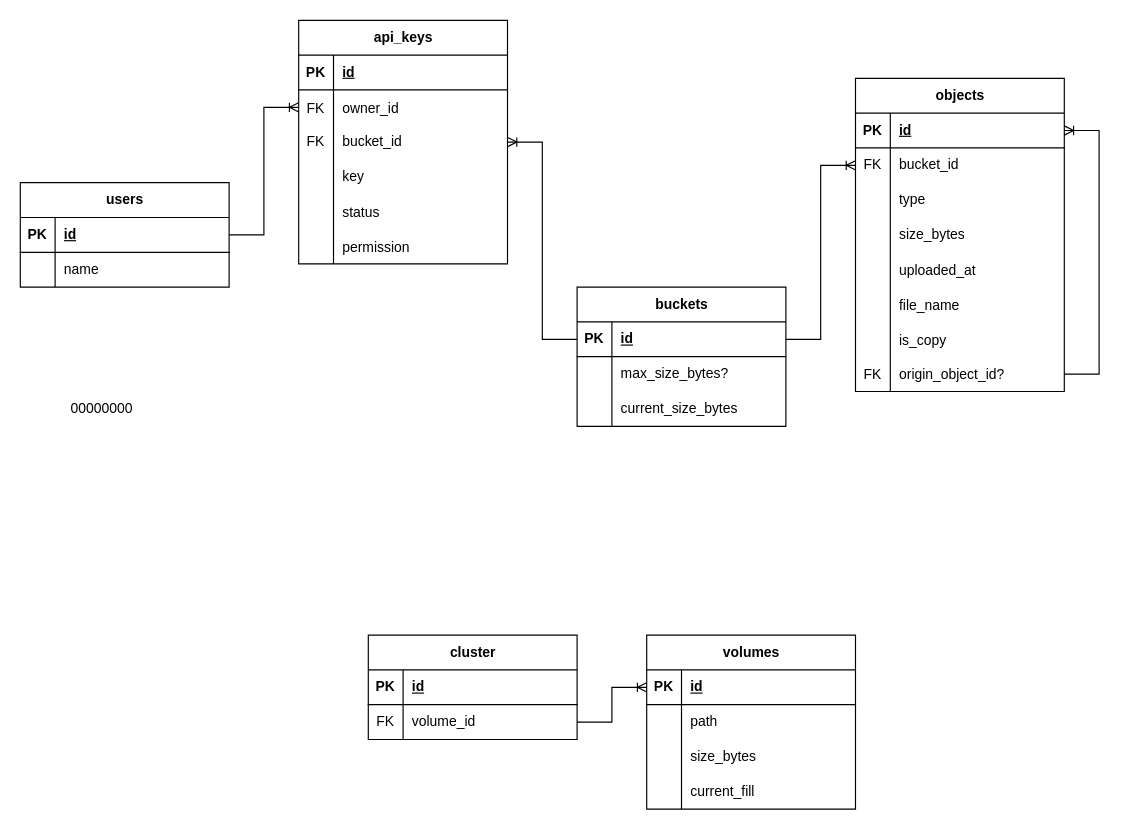
This is docs/бд.drawio from letnull19A/S3, a draw.io file, before an edit. Source tidied: cells renumbered, new cells numbered last; positions are measured from the earlier drawing's top-left corner, leaving out a move shared by most shapes. Both pictures are drawn from the tidied source at 116%, with x=0, y=0 at pixel (20, 20).
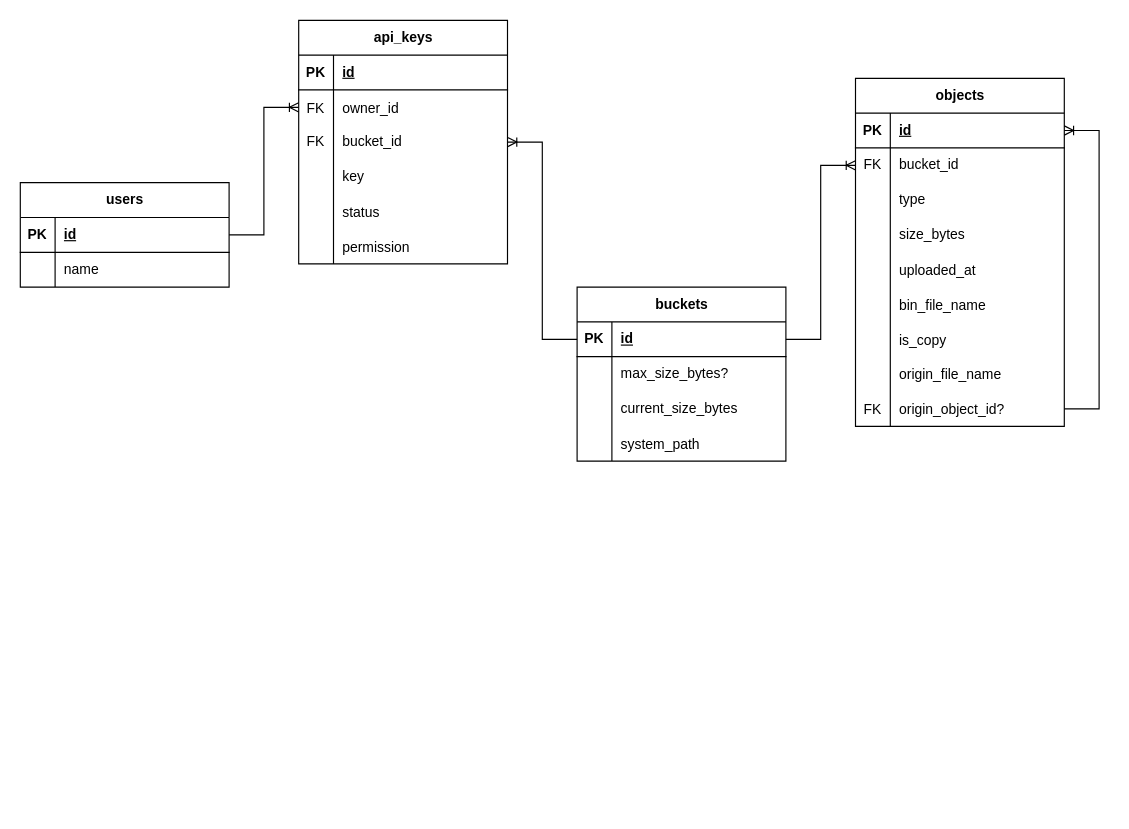
Above is the later version.

Commit message (it also covers changes not shown here):
feat: дописал документацию

Unchanged cells that the change refers to:
```xml
<mxCell id="56" style="shape=tableRow;horizontal=0;startSize=0;swimlaneHead=0;swimlaneBody=0;fillColor=none;top=0;left=0;right=0;bottom=0;" parent="40" vertex="1">
  <mxGeometry y="180" width="180" height="30" as="geometry" />
</mxCell>
```

The edit, as a diff of the source:
```diff
@@
     <mxCell id="9" value="buckets" style="shape=table;startSize=30;childLayout=tableLayout;rowLines=0;fontStyle=1;align=center;html=1;" parent="1" vertex="1">
-      <mxGeometry x="480" y="230" width="180" height="120" as="geometry" />
+      <mxGeometry x="480" y="230" width="180" height="150" as="geometry" />
     </mxCell>
@@
+    <mxCell id="84" style="shape=tableRow;horizontal=0;startSize=0;swimlaneHead=0;swimlaneBody=0;fillColor=none;top=0;left=0;right=0;bottom=0;" parent="9" vertex="1">
+      <mxGeometry y="120" width="180" height="30" as="geometry" />
+    </mxCell>
+    <mxCell id="89" style="shape=partialRectangle;fillColor=none;top=0;left=0;bottom=0;right=0;overflow=hidden;" parent="84" vertex="1">
+      <mxGeometry width="30" height="30" as="geometry" />
+    </mxCell>
+    <mxCell id="90" value="system_path" style="shape=partialRectangle;fillColor=none;top=0;left=0;bottom=0;right=0;align=left;spacingLeft=6;overflow=hidden;" parent="84" vertex="1">
+      <mxGeometry x="30" width="150" height="30" as="geometry" />
+    </mxCell>
@@
     <mxCell id="40" value="objects" style="shape=table;startSize=30;childLayout=tableLayout;rowLines=0;fontStyle=1;align=center;html=1;" parent="1" vertex="1">
-      <mxGeometry x="720" y="50" width="180" height="270" as="geometry" />
+      <mxGeometry x="720" y="50" width="180" height="300" as="geometry" />
     </mxCell>
@@
-    <mxCell id="58" value="file_name" style="shape=partialRectangle;fillColor=none;top=0;left=0;bottom=0;right=0;align=left;spacingLeft=6;overflow=hidden;" parent="56" vertex="1">
+    <mxCell id="58" value="bin_file_name" style="shape=partialRectangle;fillColor=none;top=0;left=0;bottom=0;right=0;align=left;spacingLeft=6;overflow=hidden;" parent="56" vertex="1">
       <mxGeometry x="30" width="150" height="30" as="geometry" />
     </mxCell>
@@
+    <mxCell id="91" style="shape=tableRow;horizontal=0;startSize=0;swimlaneHead=0;swimlaneBody=0;fillColor=none;top=0;left=0;right=0;bottom=0;" parent="40" vertex="1">
+      <mxGeometry y="240" width="180" height="30" as="geometry" />
+    </mxCell>
+    <mxCell id="92" style="shape=partialRectangle;fillColor=none;top=0;left=0;bottom=0;right=0;overflow=hidden;" parent="91" vertex="1">
+      <mxGeometry width="30" height="30" as="geometry" />
+    </mxCell>
+    <mxCell id="93" value="origin_file_name" style="shape=partialRectangle;fillColor=none;top=0;left=0;bottom=0;right=0;align=left;spacingLeft=6;overflow=hidden;" parent="91" vertex="1">
+      <mxGeometry x="30" width="150" height="30" as="geometry" />
+    </mxCell>
     <mxCell id="62" style="shape=tableRow;horizontal=0;startSize=0;swimlaneHead=0;swimlaneBody=0;fillColor=none;points=[[0,0.5],[1,0.5]];portConstraint=eastwest;top=0;left=0;right=0;bottom=0;" parent="40" vertex="1">
-      <mxGeometry y="240" width="180" height="30" as="geometry" />
+      <mxGeometry y="270" width="180" height="30" as="geometry" />
     </mxCell>
@@
-    <mxCell id="67" value="cluster" style="shape=table;startSize=30;childLayout=tableLayout;rowLines=0;fontStyle=1;align=center;html=1;" parent="1" vertex="1">
-      <mxGeometry x="300" y="530" width="180" height="90" as="geometry" />
-    </mxCell>
-    <mxCell id="68" style="shape=tableRow;horizontal=0;startSize=0;swimlaneHead=0;swimlaneBody=0;fillColor=none;top=0;left=0;right=0;bottom=1;" parent="67" vertex="1">
-      <mxGeometry y="30" width="180" height="30" as="geometry" />
-    </mxCell>
-    <mxCell id="69" value="PK" style="shape=partialRectangle;fillColor=none;top=0;left=0;bottom=0;right=0;fontStyle=1;overflow=hidden;whiteSpace=wrap;html=1;" parent="68" vertex="1">
-      <mxGeometry width="30" height="30" as="geometry" />
-    </mxCell>
-    <mxCell id="70" value="id" style="shape=partialRectangle;fillColor=none;top=0;left=0;bottom=0;right=0;align=left;spacingLeft=6;fontStyle=5;overflow=hidden;whiteSpace=wrap;html=1;" parent="68" vertex="1">
-      <mxGeometry x="30" width="150" height="30" as="geometry" />
-    </mxCell>
-    <mxCell id="71" style="shape=tableRow;horizontal=0;startSize=0;swimlaneHead=0;swimlaneBody=0;fillColor=none;points=[[0,0.5],[1,0.5]];portConstraint=eastwest;top=0;left=0;right=0;bottom=0;" parent="67" vertex="1">
-      <mxGeometry y="60" width="180" height="30" as="geometry" />
-    </mxCell>
-    <mxCell id="72" value="FK" style="shape=partialRectangle;fillColor=none;top=0;left=0;bottom=0;right=0;overflow=hidden;whiteSpace=wrap;html=1;" parent="71" vertex="1">
-      <mxGeometry width="30" height="30" as="geometry" />
-    </mxCell>
-    <mxCell id="73" value="volume_id" style="shape=partialRectangle;fillColor=none;top=0;left=0;bottom=0;right=0;align=left;spacingLeft=6;overflow=hidden;whiteSpace=wrap;html=1;" parent="71" vertex="1">
-      <mxGeometry x="30" width="150" height="30" as="geometry" />
-    </mxCell>
-    <mxCell id="74" value="volumes" style="shape=table;startSize=30;childLayout=tableLayout;rowLines=0;fontStyle=1;align=center;html=1;" parent="1" vertex="1">
-      <mxGeometry x="540" y="530" width="180" height="150" as="geometry" />
-    </mxCell>
-    <mxCell id="75" style="shape=tableRow;horizontal=0;startSize=0;swimlaneHead=0;swimlaneBody=0;fillColor=none;points=[[0,0.5],[1,0.5]];portConstraint=eastwest;top=0;left=0;right=0;bottom=1;" parent="74" vertex="1">
-      <mxGeometry y="30" width="180" height="30" as="geometry" />
-    </mxCell>
-    <mxCell id="76" value="PK" style="shape=partialRectangle;fillColor=none;top=0;left=0;bottom=0;right=0;fontStyle=1;overflow=hidden;whiteSpace=wrap;html=1;" parent="75" vertex="1">
-      <mxGeometry width="30" height="30" as="geometry" />
-    </mxCell>
-    <mxCell id="77" value="id" style="shape=partialRectangle;fillColor=none;top=0;left=0;bottom=0;right=0;align=left;spacingLeft=6;fontStyle=5;overflow=hidden;whiteSpace=wrap;html=1;" parent="75" vertex="1">
-      <mxGeometry x="30" width="150" height="30" as="geometry" />
-    </mxCell>
-    <mxCell id="78" style="shape=tableRow;horizontal=0;startSize=0;swimlaneHead=0;swimlaneBody=0;fillColor=none;top=0;left=0;right=0;bottom=0;" parent="74" vertex="1">
-      <mxGeometry y="60" width="180" height="30" as="geometry" />
-    </mxCell>
-    <mxCell id="79" style="shape=partialRectangle;fillColor=none;top=0;left=0;bottom=0;right=0;overflow=hidden;whiteSpace=wrap;html=1;" parent="78" vertex="1">
-      <mxGeometry width="30" height="30" as="geometry" />
-    </mxCell>
-    <mxCell id="80" value="path" style="shape=partialRectangle;fillColor=none;top=0;left=0;bottom=0;right=0;align=left;spacingLeft=6;overflow=hidden;whiteSpace=wrap;html=1;" parent="78" vertex="1">
-      <mxGeometry x="30" width="150" height="30" as="geometry" />
-    </mxCell>
-    <mxCell id="81" style="shape=tableRow;horizontal=0;startSize=0;swimlaneHead=0;swimlaneBody=0;fillColor=none;top=0;left=0;right=0;bottom=0;" parent="74" vertex="1">
-      <mxGeometry y="90" width="180" height="30" as="geometry" />
-    </mxCell>
-    <mxCell id="82" style="shape=partialRectangle;fillColor=none;top=0;left=0;bottom=0;right=0;overflow=hidden;whiteSpace=wrap;html=1;" parent="81" vertex="1">
-      <mxGeometry width="30" height="30" as="geometry" />
-    </mxCell>
-    <mxCell id="83" value="size_bytes" style="shape=partialRectangle;fillColor=none;top=0;left=0;bottom=0;right=0;align=left;spacingLeft=6;overflow=hidden;whiteSpace=wrap;html=1;" parent="81" vertex="1">
-      <mxGeometry x="30" width="150" height="30" as="geometry" />
-    </mxCell>
-    <mxCell id="84" style="shape=tableRow;horizontal=0;startSize=0;swimlaneHead=0;swimlaneBody=0;fillColor=none;top=0;left=0;right=0;bottom=0;" parent="74" vertex="1">
-      <mxGeometry y="120" width="180" height="30" as="geometry" />
-    </mxCell>
-    <mxCell id="85" style="shape=partialRectangle;fillColor=none;top=0;left=0;bottom=0;right=0;overflow=hidden;whiteSpace=wrap;html=1;" parent="84" vertex="1">
-      <mxGeometry width="30" height="30" as="geometry" />
-    </mxCell>
-    <mxCell id="86" value="current_fill" style="shape=partialRectangle;fillColor=none;top=0;left=0;bottom=0;right=0;align=left;spacingLeft=6;overflow=hidden;whiteSpace=wrap;html=1;" parent="84" vertex="1">
-      <mxGeometry x="30" width="150" height="30" as="geometry" />
-    </mxCell>
-    <mxCell id="87" style="edgeStyle=entityRelationEdgeStyle;fontSize=12;html=1;endArrow=ERoneToMany;rounded=0;entryX=0;entryY=0.5;entryDx=0;entryDy=0;exitX=1;exitY=0.5;exitDx=0;exitDy=0;" parent="1" edge="1" source="71" target="75">
-      <mxGeometry relative="1" as="geometry" />
-    </mxCell>
-    <mxCell id="88" value="00000000" style="text;html=1;align=center;verticalAlign=middle;strokeColor=none;fillColor=none;" parent="1" vertex="1">
-      <mxGeometry x="30" y="320" width="80" height="30" as="geometry" />
-    </mxCell>
```
